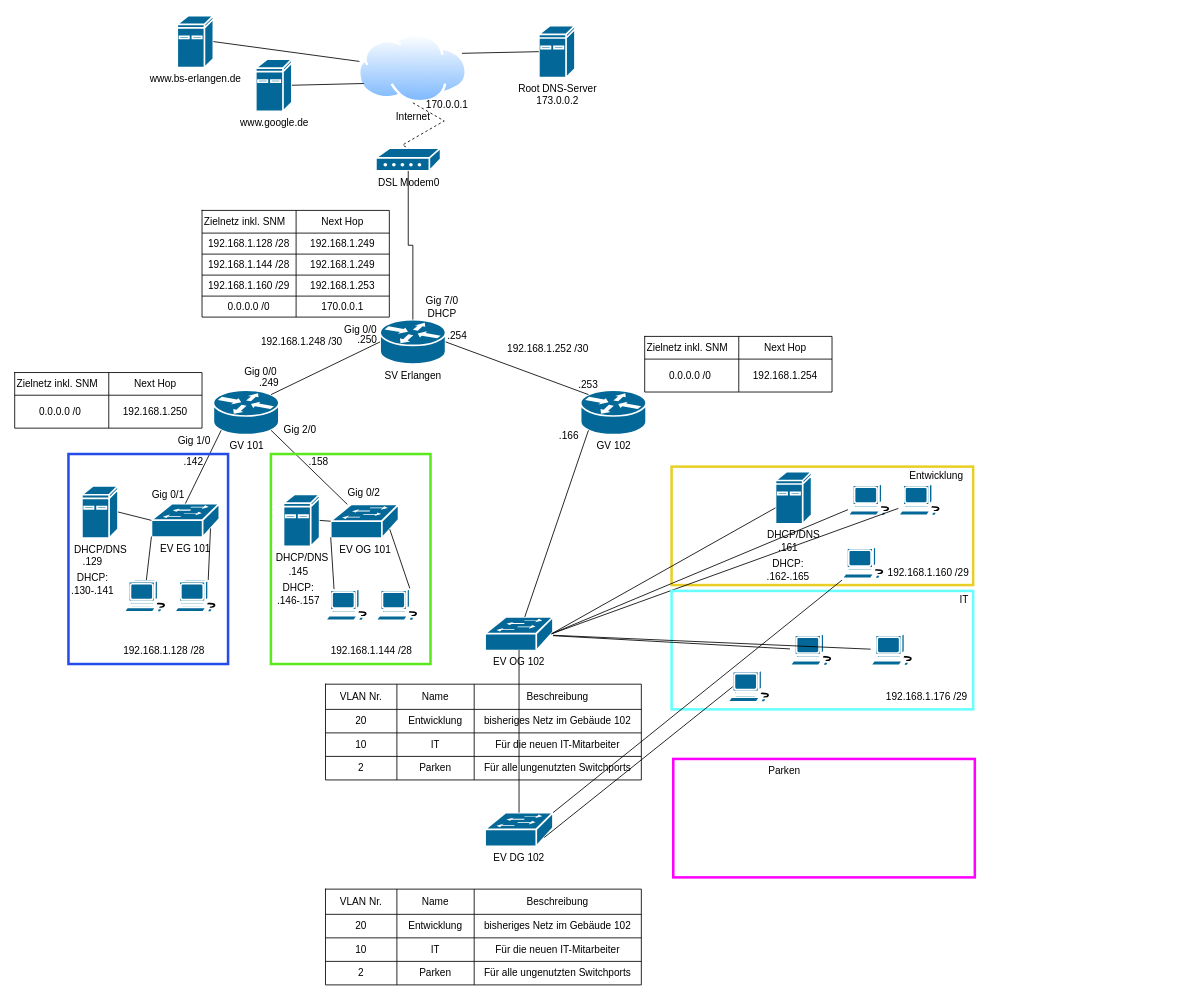
This is SchematischeNetzübersicht-Grundnetz_Lösung.drawio from NikoKaufi/Schule-CPT, a draw.io file, before an edit. Source tidied: cells renumbered, new cells numbered last; positions are measured from the earlier drawing's top-left corner, leaving out a move shared by most shapes. Both pictures are drawn from the tidied source at 84%, with x=0, y=0 at pixel (14, 15).
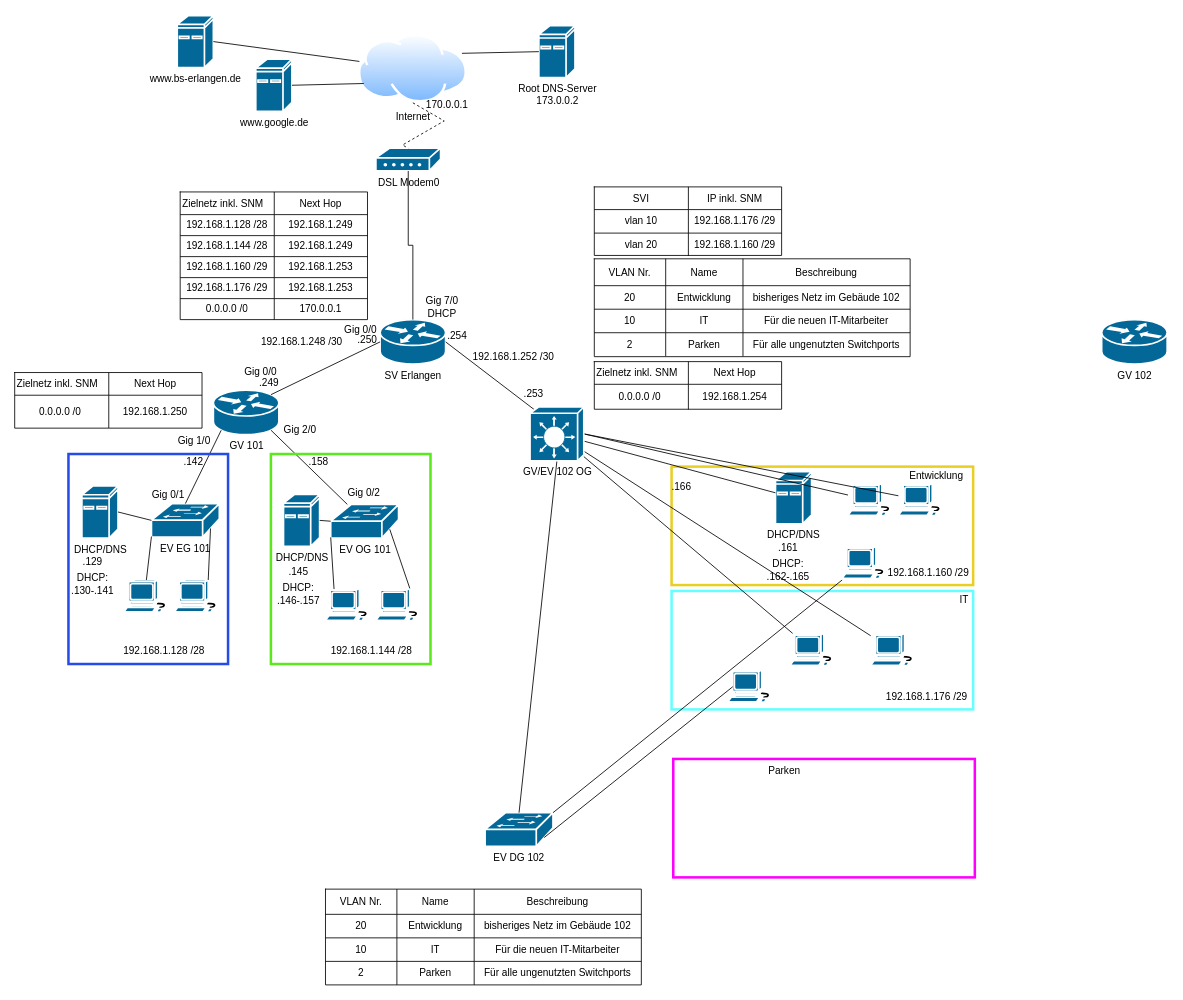
The same diagram, later.

The change refers to these unchanged cells:
```xml
<mxCell id="15" value="SV Erlangen" style="shape=mxgraph.cisco.routers.router;sketch=0;html=1;dashed=0;fillColor=#036897;strokeColor=#ffffff;strokeWidth=2;verticalLabelPosition=bottom;verticalAlign=top;align=center;outlineConnect=0;" parent="1" vertex="1">
  <mxGeometry x="435" y="362" width="78" height="53" as="geometry" />
</mxCell>
<mxCell id="24" style="shape=mxgraph.cisco.computers_and_peripherals.workstation;sketch=0;html=1;dashed=0;fillColor=#036897;strokeColor=#ffffff;strokeWidth=2;verticalLabelPosition=bottom;verticalAlign=top;align=center;outlineConnect=0;" parent="1" vertex="1">
  <mxGeometry x="1052" y="557" width="53.5" height="40" as="geometry" />
</mxCell>
<mxCell id="25" value="DHCP/DNS" style="shape=mxgraph.cisco.computers_and_peripherals.ibm_mini_as400;sketch=0;html=1;dashed=0;fillColor=#036897;strokeColor=#ffffff;strokeWidth=2;verticalLabelPosition=bottom;verticalAlign=top;align=center;outlineConnect=0;" parent="1" vertex="1">
  <mxGeometry x="905.7" y="543" width="43" height="62" as="geometry" />
</mxCell>
<mxCell id="26" style="shape=mxgraph.cisco.computers_and_peripherals.workstation;sketch=0;html=1;dashed=0;fillColor=#036897;strokeColor=#ffffff;strokeWidth=2;verticalLabelPosition=bottom;verticalAlign=top;align=center;outlineConnect=0;" parent="1" vertex="1">
  <mxGeometry x="992" y="557" width="53.5" height="40" as="geometry" />
</mxCell>
<mxCell id="102" style="shape=mxgraph.cisco.computers_and_peripherals.workstation;sketch=0;html=1;dashed=0;fillColor=#036897;strokeColor=#ffffff;strokeWidth=2;verticalLabelPosition=bottom;verticalAlign=top;align=center;outlineConnect=0;" parent="1" vertex="1">
  <mxGeometry x="923" y="735.5" width="53.5" height="40" as="geometry" />
</mxCell>
<mxCell id="103" style="shape=mxgraph.cisco.computers_and_peripherals.workstation;sketch=0;html=1;dashed=0;fillColor=#036897;strokeColor=#ffffff;strokeWidth=2;verticalLabelPosition=bottom;verticalAlign=top;align=center;outlineConnect=0;" parent="1" vertex="1">
  <mxGeometry x="1019" y="735.5" width="53.5" height="40" as="geometry" />
</mxCell>
<mxCell id="127" value="EV DG 102" style="shape=mxgraph.cisco.switches.workgroup_switch;sketch=0;html=1;dashed=0;fillColor=#036897;strokeColor=#ffffff;strokeWidth=2;verticalLabelPosition=bottom;verticalAlign=top;align=center;outlineConnect=0;" parent="1" vertex="1">
  <mxGeometry x="560" y="949" width="80.8" height="40" as="geometry" />
</mxCell>
```

What changed in the source:
```diff
@@
     <mxCell id="16" value="GV 102" style="shape=mxgraph.cisco.routers.router;sketch=0;html=1;dashed=0;fillColor=#036897;strokeColor=#ffffff;strokeWidth=2;verticalLabelPosition=bottom;verticalAlign=top;align=center;outlineConnect=0;" parent="1" vertex="1">
-      <mxGeometry x="673.7" y="446" width="78" height="53" as="geometry" />
+      <mxGeometry x="1294" y="362" width="78" height="53" as="geometry" />
     </mxCell>
@@
-    <mxCell id="18" value="EV OG 102" style="shape=mxgraph.cisco.switches.workgroup_switch;sketch=0;html=1;dashed=0;fillColor=#036897;strokeColor=#ffffff;strokeWidth=2;verticalLabelPosition=bottom;verticalAlign=top;align=center;outlineConnect=0;" parent="1" vertex="1">
-      <mxGeometry x="560" y="716" width="80.8" height="40" as="geometry" />
-    </mxCell>
@@
     <mxCell id="28" value=".253" style="text;html=1;strokeColor=none;fillColor=none;align=center;verticalAlign=middle;whiteSpace=wrap;rounded=0;" parent="1" vertex="1">
-      <mxGeometry x="653" y="425" width="60" height="30" as="geometry" />
+      <mxGeometry x="588" y="436" width="60" height="30" as="geometry" />
     </mxCell>
@@
-    <mxCell id="31" style="endArrow=none;html=1;rounded=0;exitX=0.12;exitY=0.1;exitDx=0;exitDy=0;entryX=1;entryY=0.5;entryDx=0;entryDy=0;entryPerimeter=0;exitPerimeter=0;" parent="1" edge="1" source="16" target="15">
+    <mxCell id="31" style="endArrow=none;html=1;rounded=0;entryX=1;entryY=0.5;entryDx=0;entryDy=0;entryPerimeter=0;exitX=0.08;exitY=0.05;exitDx=0;exitDy=0;exitPerimeter=0;" parent="1" edge="1" source="153" target="15">
       <mxGeometry relative="1" as="geometry" />
     </mxCell>
@@
-    <mxCell id="34" style="endArrow=none;html=1;rounded=0;exitX=0.12;exitY=0.9;exitDx=0;exitDy=0;exitPerimeter=0;" parent="1" edge="1" source="16" target="18">
-      <mxGeometry relative="1" as="geometry" />
-    </mxCell>
@@
-    <mxCell id="37" style="endArrow=none;html=1;rounded=0;exitX=0.98;exitY=0.5;exitDx=0;exitDy=0;exitPerimeter=0;" parent="1" edge="1" source="18" target="25">
+    <mxCell id="37" style="endArrow=none;html=1;rounded=0;" parent="1" edge="1" source="153" target="25">
       <mxGeometry relative="1" as="geometry" />
     </mxCell>
@@
-    <mxCell id="42" style="endArrow=none;html=1;rounded=0;exitX=0.98;exitY=0.5;exitDx=0;exitDy=0;exitPerimeter=0;" parent="1" edge="1" source="18" target="26">
+    <mxCell id="42" style="endArrow=none;html=1;rounded=0;exitX=1;exitY=0.5;exitDx=0;exitDy=0;exitPerimeter=0;" parent="1" edge="1" source="153" target="26">
       <mxGeometry relative="1" as="geometry" />
     </mxCell>
-    <mxCell id="43" style="endArrow=none;html=1;rounded=0;entryX=0.98;entryY=0.5;entryDx=0;entryDy=0;entryPerimeter=0;" parent="1" edge="1" source="24" target="18">
+    <mxCell id="43" style="endArrow=none;html=1;rounded=0;entryX=1;entryY=0.5;entryDx=0;entryDy=0;entryPerimeter=0;" parent="1" edge="1" source="24" target="153">
       <mxGeometry relative="1" as="geometry" />
     </mxCell>
@@
     <mxCell id="45" value="192.168.1.252 /30" style="text;html=1;strokeColor=none;fillColor=none;align=center;verticalAlign=middle;whiteSpace=wrap;rounded=0;" parent="1" vertex="1">
-      <mxGeometry x="580" y="382" width="110" height="30" as="geometry" />
+      <mxGeometry x="539" y="391" width="110" height="30" as="geometry" />
     </mxCell>
@@
     <mxCell id="50" value=".166" style="text;html=1;strokeColor=none;fillColor=none;align=center;verticalAlign=middle;whiteSpace=wrap;rounded=0;" parent="1" vertex="1">
-      <mxGeometry x="630" y="486" width="60" height="30" as="geometry" />
+      <mxGeometry x="764" y="546" width="60" height="30" as="geometry" />
     </mxCell>
@@
     <mxCell id="70" style="shape=table;startSize=0;childLayout=tableLayout;" parent="1" vertex="1">
-      <mxGeometry x="223" y="232" width="223" height="127" as="geometry" />
+      <mxGeometry x="197" y="210" width="223" height="152" as="geometry" />
     </mxCell>
@@
+    <mxCell id="150" style="shape=tableRow;horizontal=0;startSize=0;swimlaneHead=0;swimlaneBody=0;strokeColor=inherit;top=0;left=0;bottom=0;right=0;fillColor=none;" parent="70" vertex="1">
+      <mxGeometry y="102" width="223" height="25" as="geometry" />
+    </mxCell>
+    <mxCell id="151" value="192.168.1.176&amp;nbsp;/29" style="shape=partialRectangle;html=1;whiteSpace=wrap;strokeColor=inherit;overflow=hidden;fillColor=none;top=0;left=0;bottom=0;right=0;" parent="150" vertex="1">
+      <mxGeometry width="112" height="25" as="geometry" />
+    </mxCell>
+    <mxCell id="152" value="192.168.1.253" style="shape=partialRectangle;html=1;whiteSpace=wrap;strokeColor=inherit;overflow=hidden;fillColor=none;top=0;left=0;bottom=0;right=0;" parent="150" vertex="1">
+      <mxGeometry x="112" width="111" height="25" as="geometry" />
+    </mxCell>
     <mxCell id="83" style="shape=tableRow;horizontal=0;startSize=0;swimlaneHead=0;swimlaneBody=0;strokeColor=inherit;top=0;left=0;bottom=0;right=0;fillColor=none;" parent="70" vertex="1">
-      <mxGeometry y="102" width="223" height="25" as="geometry" />
+      <mxGeometry y="127" width="223" height="25" as="geometry" />
     </mxCell>
@@
     <mxCell id="86" style="shape=table;startSize=0;childLayout=tableLayout;" parent="1" vertex="1">
-      <mxGeometry x="750" y="382" width="223" height="66.2" as="geometry" />
+      <mxGeometry x="690" y="412" width="223" height="56.7" as="geometry" />
     </mxCell>
@@
     <mxCell id="90" style="shape=tableRow;horizontal=0;startSize=0;swimlaneHead=0;swimlaneBody=0;strokeColor=inherit;top=0;left=0;bottom=0;right=0;fillColor=none;" parent="86" vertex="1">
-      <mxGeometry y="27" width="223" height="39" as="geometry" />
+      <mxGeometry y="27" width="223" height="30" as="geometry" />
     </mxCell>
     <mxCell id="91" value="0.0.0.0 /0&lt;span style=&quot;white-space: pre;&quot;&gt;&#9;&lt;/span&gt;" style="shape=partialRectangle;html=1;whiteSpace=wrap;strokeColor=inherit;overflow=hidden;fillColor=none;top=0;left=0;bottom=0;right=0;" parent="90" vertex="1">
-      <mxGeometry width="112" height="39" as="geometry" />
+      <mxGeometry width="112" height="30" as="geometry" />
     </mxCell>
     <mxCell id="92" value="192.168.1.254" style="shape=partialRectangle;html=1;whiteSpace=wrap;strokeColor=inherit;overflow=hidden;fillColor=none;top=0;left=0;bottom=0;right=0;" parent="90" vertex="1">
-      <mxGeometry x="112" width="111" height="39" as="geometry" />
+      <mxGeometry x="112" width="111" height="30" as="geometry" />
     </mxCell>
@@
-    <mxCell id="105" style="endArrow=none;html=1;rounded=0;" parent="1" edge="1" source="102" target="18">
+    <mxCell id="105" style="endArrow=none;html=1;rounded=0;" parent="1" edge="1" source="102" target="153">
       <mxGeometry relative="1" as="geometry" />
     </mxCell>
-    <mxCell id="106" style="endArrow=none;html=1;rounded=0;" parent="1" edge="1" source="103" target="18">
+    <mxCell id="106" style="endArrow=none;html=1;rounded=0;" parent="1" edge="1" source="103" target="153">
       <mxGeometry relative="1" as="geometry" />
     </mxCell>
     <mxCell id="107" style="shape=table;startSize=0;childLayout=tableLayout;" parent="1" vertex="1">
-      <mxGeometry x="370" y="796" width="376" height="114" as="geometry" />
+      <mxGeometry x="690" y="289.6" width="376" height="116.5" as="geometry" />
     </mxCell>
     <mxCell id="108" style="shape=tableRow;horizontal=0;startSize=0;swimlaneHead=0;swimlaneBody=0;strokeColor=inherit;top=0;left=0;bottom=0;right=0;fillColor=none;" parent="107" vertex="1">
-      <mxGeometry width="376" height="30" as="geometry" />
+      <mxGeometry width="376" height="32" as="geometry" />
     </mxCell>
     <mxCell id="109" value="VLAN Nr." style="shape=partialRectangle;html=1;whiteSpace=wrap;strokeColor=inherit;overflow=hidden;fillColor=none;top=0;left=0;bottom=0;right=0;" parent="108" vertex="1">
-      <mxGeometry width="85" height="30" as="geometry" />
+      <mxGeometry width="85" height="32" as="geometry" />
     </mxCell>
     <mxCell id="110" value="Name" style="shape=partialRectangle;html=1;whiteSpace=wrap;strokeColor=inherit;overflow=hidden;fillColor=none;top=0;left=0;bottom=0;right=0;" parent="108" vertex="1">
-      <mxGeometry x="85" width="92" height="30" as="geometry" />
+      <mxGeometry x="85" width="92" height="32" as="geometry" />
     </mxCell>
     <mxCell id="111" value="Beschreibung" style="shape=partialRectangle;html=1;whiteSpace=wrap;strokeColor=inherit;overflow=hidden;fillColor=none;top=0;left=0;bottom=0;right=0;" parent="108" vertex="1">
-      <mxGeometry x="177" width="199" height="30" as="geometry" />
+      <mxGeometry x="177" width="199" height="32" as="geometry" />
     </mxCell>
     <mxCell id="112" style="shape=tableRow;horizontal=0;startSize=0;swimlaneHead=0;swimlaneBody=0;strokeColor=inherit;top=0;left=0;bottom=0;right=0;fillColor=none;" parent="107" vertex="1">
-      <mxGeometry y="30" width="376" height="28" as="geometry" />
+      <mxGeometry y="32" width="376" height="28" as="geometry" />
     </mxCell>
@@
     <mxCell id="116" style="shape=tableRow;horizontal=0;startSize=0;swimlaneHead=0;swimlaneBody=0;strokeColor=inherit;top=0;left=0;bottom=0;right=0;fillColor=none;" parent="107" vertex="1">
-      <mxGeometry y="58" width="376" height="28" as="geometry" />
+      <mxGeometry y="60" width="376" height="28" as="geometry" />
     </mxCell>
@@
     <mxCell id="120" style="shape=tableRow;horizontal=0;startSize=0;swimlaneHead=0;swimlaneBody=0;strokeColor=inherit;top=0;left=0;bottom=0;right=0;fillColor=none;" parent="107" vertex="1">
-      <mxGeometry y="86" width="376" height="28" as="geometry" />
+      <mxGeometry y="88" width="376" height="28" as="geometry" />
     </mxCell>
@@
-    <mxCell id="149" style="endArrow=none;html=1;rounded=0;exitX=0.5;exitY=0.98;exitDx=0;exitDy=0;exitPerimeter=0;entryX=0.5;entryY=0;entryDx=0;entryDy=0;entryPerimeter=0;" parent="1" edge="1" source="18" target="127">
+    <mxCell id="149" style="endArrow=none;html=1;rounded=0;exitX=0.5;exitY=1;exitDx=0;exitDy=0;exitPerimeter=0;entryX=0.5;entryY=0;entryDx=0;entryDy=0;entryPerimeter=0;" parent="1" edge="1" source="153" target="127">
       <mxGeometry relative="1" as="geometry" />
     </mxCell>
+    <mxCell id="153" value="GV/EV 102 OG" style="shape=mxgraph.cisco.switches.layer_3_switch;sketch=0;html=1;dashed=0;fillColor=#036897;strokeColor=#ffffff;strokeWidth=2;verticalLabelPosition=bottom;verticalAlign=top;align=center;outlineConnect=0;" parent="1" vertex="1">
+      <mxGeometry x="613.5" y="466" width="64" height="64" as="geometry" />
+    </mxCell>
+    <mxCell id="154" style="shape=table;startSize=0;childLayout=tableLayout;" parent="1" vertex="1">
+      <mxGeometry x="690" y="204" width="223" height="81.6" as="geometry" />
+    </mxCell>
+    <mxCell id="155" style="shape=tableRow;horizontal=0;startSize=0;swimlaneHead=0;swimlaneBody=0;strokeColor=inherit;top=0;left=0;bottom=0;right=0;fillColor=none;" parent="154" vertex="1">
+      <mxGeometry width="223" height="27" as="geometry" />
+    </mxCell>
+    <mxCell id="156" value="SVI" style="shape=partialRectangle;html=1;whiteSpace=wrap;strokeColor=inherit;overflow=hidden;fillColor=none;top=0;left=0;bottom=0;right=0;" parent="155" vertex="1">
+      <mxGeometry width="112" height="27" as="geometry" />
+    </mxCell>
+    <mxCell id="157" value="IP inkl. SNM" style="shape=partialRectangle;html=1;whiteSpace=wrap;strokeColor=inherit;overflow=hidden;fillColor=none;top=0;left=0;bottom=0;right=0;" parent="155" vertex="1">
+      <mxGeometry x="112" width="111" height="27" as="geometry" />
+    </mxCell>
+    <mxCell id="158" style="shape=tableRow;horizontal=0;startSize=0;swimlaneHead=0;swimlaneBody=0;strokeColor=inherit;top=0;left=0;bottom=0;right=0;fillColor=none;" parent="154" vertex="1">
+      <mxGeometry y="27" width="223" height="28" as="geometry" />
+    </mxCell>
+    <mxCell id="159" value="vlan 10" style="shape=partialRectangle;html=1;whiteSpace=wrap;strokeColor=inherit;overflow=hidden;fillColor=none;top=0;left=0;bottom=0;right=0;" parent="158" vertex="1">
+      <mxGeometry width="112" height="28" as="geometry" />
+    </mxCell>
+    <mxCell id="160" value="192.168.1.176 /29" style="shape=partialRectangle;html=1;whiteSpace=wrap;strokeColor=inherit;overflow=hidden;fillColor=none;top=0;left=0;bottom=0;right=0;" parent="158" vertex="1">
+      <mxGeometry x="112" width="111" height="28" as="geometry" />
+    </mxCell>
+    <mxCell id="161" style="shape=tableRow;horizontal=0;startSize=0;swimlaneHead=0;swimlaneBody=0;strokeColor=inherit;top=0;left=0;bottom=0;right=0;fillColor=none;" parent="154" vertex="1">
+      <mxGeometry y="55" width="223" height="27" as="geometry" />
+    </mxCell>
+    <mxCell id="162" value="vlan 20" style="shape=partialRectangle;html=1;whiteSpace=wrap;strokeColor=inherit;overflow=hidden;fillColor=none;top=0;left=0;bottom=0;right=0;" parent="161" vertex="1">
+      <mxGeometry width="112" height="27" as="geometry" />
+    </mxCell>
+    <mxCell id="163" value="192.168.1.160 /29" style="shape=partialRectangle;html=1;whiteSpace=wrap;strokeColor=inherit;overflow=hidden;fillColor=none;top=0;left=0;bottom=0;right=0;" parent="161" vertex="1">
+      <mxGeometry x="112" width="111" height="27" as="geometry" />
+    </mxCell>
```
